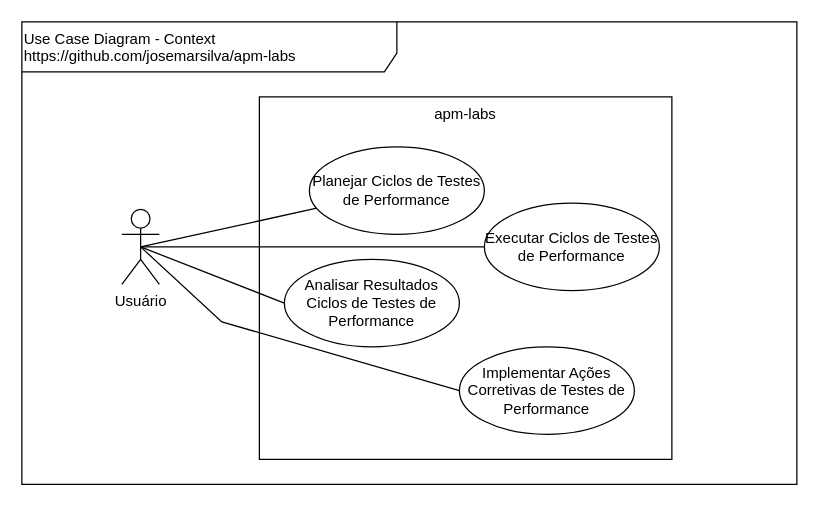
Earlier version of the draw.io diagram doc/UseCaseDiagram-Context.drawio (josemarsilva/apm-labs). Source tidied: cells renumbered, new cells numbered last; positions are measured from the earlier drawing's top-left corner, leaving out a move shared by most shapes. Both pictures are drawn from the tidied source at 125%, with x=0, y=0 at pixel (21, 21).
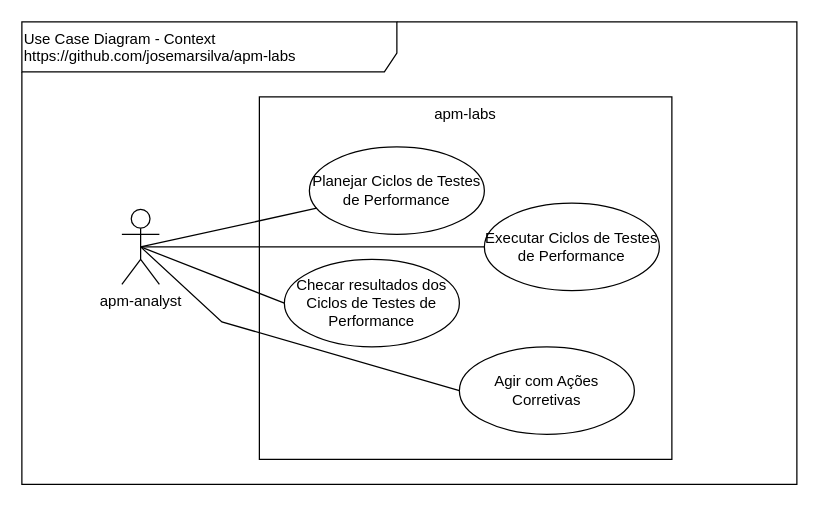
After the change.

Diff of the diagram source:
```diff
@@
 <mxGraphModel>
   <root>
     <mxCell id="0" />
     <mxCell id="1" parent="0" />
     <mxCell id="2" value="Use Case Diagram - Context&lt;br&gt;https://github.com/josemarsilva/apm-labs" style="shape=umlFrame;whiteSpace=wrap;html=1;width=300;height=40;verticalAlign=top;align=left;" parent="1" vertex="1">
       <mxGeometry width="620" height="370" as="geometry" />
     </mxCell>
-    <mxCell id="3" value="&lt;div style=&quot;text-align: center&quot;&gt;&lt;span&gt;Usuário&lt;/span&gt;&lt;/div&gt;" style="shape=umlActor;verticalLabelPosition=bottom;labelBackgroundColor=#ffffff;verticalAlign=top;html=1;align=center;" parent="1" vertex="1">
+    <mxCell id="3" value="&lt;div style=&quot;text-align: center&quot;&gt;&lt;span&gt;apm-analyst&lt;/span&gt;&lt;/div&gt;" style="shape=umlActor;verticalLabelPosition=bottom;labelBackgroundColor=#ffffff;verticalAlign=top;html=1;align=center;" parent="1" vertex="1">
       <mxGeometry x="80" y="150" width="30" height="60" as="geometry" />
     </mxCell>
     <mxCell id="4" value="&lt;div style=&quot;text-align: center&quot;&gt;&lt;span&gt;apm-labs&lt;/span&gt;&lt;/div&gt;" style="rounded=0;whiteSpace=wrap;html=1;align=center;verticalAlign=top;" parent="1" vertex="1">
       <mxGeometry x="190" y="60" width="330" height="290" as="geometry" />
     </mxCell>
     <mxCell id="5" value="Planejar Ciclos de Testes de Performance" style="ellipse;whiteSpace=wrap;html=1;align=center;" parent="1" vertex="1">
       <mxGeometry x="230" y="100" width="140" height="70" as="geometry" />
     </mxCell>
     <mxCell id="6" style="rounded=0;jettySize=auto;html=1;endArrow=none;endFill=0;exitX=0.5;exitY=0.5;exitDx=0;exitDy=0;exitPerimeter=0;" parent="1" edge="1" source="3" target="5">
       <mxGeometry relative="1" as="geometry" />
     </mxCell>
-    <mxCell id="7" value="Analisar Resultados Ciclos de Testes de Performance" style="ellipse;whiteSpace=wrap;html=1;align=center;" parent="1" vertex="1">
+    <mxCell id="7" value="Checar resultados dos Ciclos de Testes de Performance" style="ellipse;whiteSpace=wrap;html=1;align=center;" parent="1" vertex="1">
       <mxGeometry x="210" y="190" width="140" height="70" as="geometry" />
     </mxCell>
-    <mxCell id="8" value="Implementar Ações Corretivas de Testes de Performance" style="ellipse;whiteSpace=wrap;html=1;align=center;" parent="1" vertex="1">
+    <mxCell id="8" value="Agir com Ações Corretivas" style="ellipse;whiteSpace=wrap;html=1;align=center;" parent="1" vertex="1">
       <mxGeometry x="350" y="260" width="140" height="70" as="geometry" />
     </mxCell>
     <mxCell id="9" value="Executar Ciclos de Testes de Performance" style="ellipse;whiteSpace=wrap;html=1;align=center;" parent="1" vertex="1">
       <mxGeometry x="370" y="145" width="140" height="70" as="geometry" />
     </mxCell>
     <mxCell id="10" style="rounded=0;jettySize=auto;html=1;endArrow=none;endFill=0;entryX=0;entryY=0.5;entryDx=0;entryDy=0;exitX=0.5;exitY=0.5;exitDx=0;exitDy=0;exitPerimeter=0;" parent="1" edge="1" source="3" target="7">
       <mxGeometry relative="1" as="geometry" />
     </mxCell>
     <mxCell id="11" style="rounded=0;jettySize=auto;html=1;endArrow=none;endFill=0;entryX=0;entryY=0.5;entryDx=0;entryDy=0;exitX=0.5;exitY=0.5;exitDx=0;exitDy=0;exitPerimeter=0;" parent="1" edge="1" source="3" target="9">
       <mxGeometry relative="1" as="geometry" />
     </mxCell>
     <mxCell id="12" style="rounded=0;jettySize=auto;html=1;endArrow=none;endFill=0;entryX=0;entryY=0.5;entryDx=0;entryDy=0;exitX=0.5;exitY=0.5;exitDx=0;exitDy=0;exitPerimeter=0;" parent="1" edge="1" source="3" target="8">
       <mxGeometry relative="1" as="geometry">
         <Array as="points">
           <mxPoint x="160" y="240" />
         </Array>
       </mxGeometry>
     </mxCell>
   </root>
 </mxGraphModel>
```
